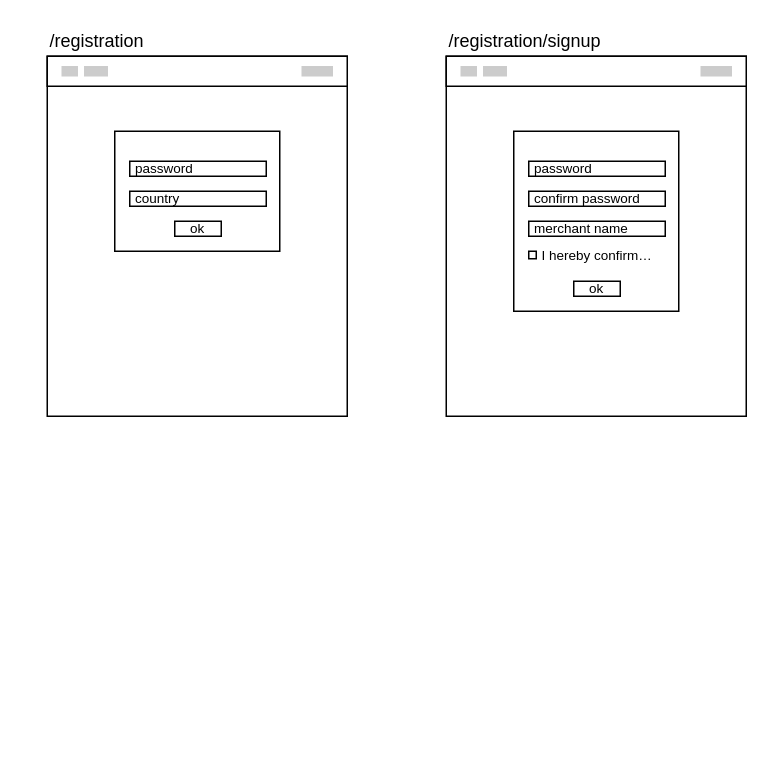
ajile/draw-io keeps this draw.io diagram as auth.drawio. Above is the earlier version. Source tidied: cells renumbered, new cells numbered last; positions are measured from the earlier drawing's top-left corner, leaving out a move shared by most shapes. Both pictures are drawn from the tidied source at 150%, with x=0, y=0 at pixel (46, 26).
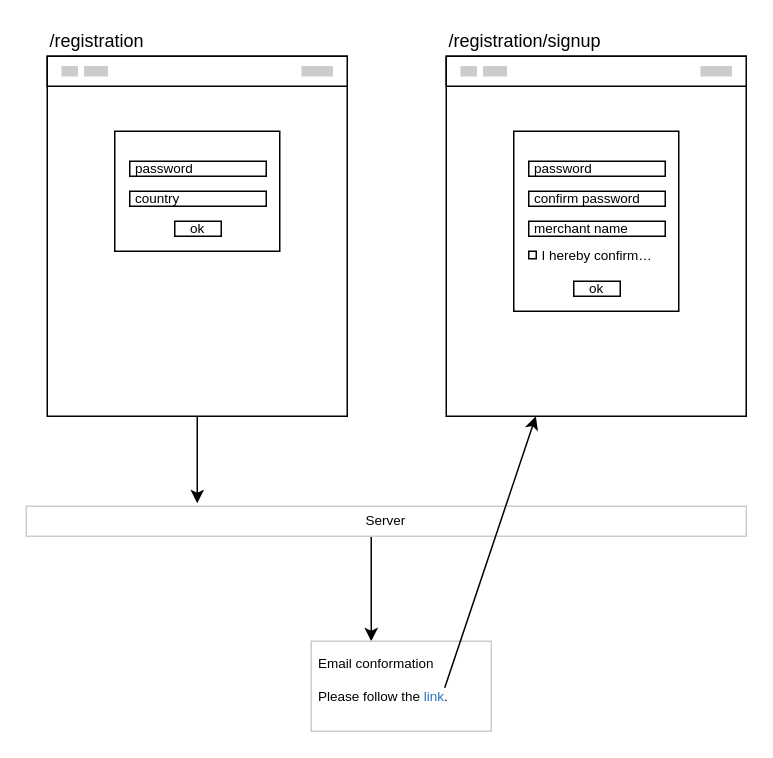
After the change.

The change refers to these unchanged cells:
```xml
<mxCell id="4" style="rounded=0;whiteSpace=wrap;html=1;" parent="3" vertex="1">
  <mxGeometry width="200" height="240" as="geometry" />
</mxCell>
<mxCell id="16" style="rounded=0;whiteSpace=wrap;html=1;" parent="15" vertex="1">
  <mxGeometry width="200" height="240" as="geometry" />
</mxCell>
```

Diff of the diagram source:
```diff
@@
+    <mxCell id="29" style="edgeStyle=elbowEdgeStyle;rounded=0;jettySize=auto;html=1;entryX=0.333;entryY=0;entryDx=0;entryDy=0;entryPerimeter=0;fontSize=9;fontColor=#2671BD;" parent="1" edge="1" source="30" target="32">
+      <mxGeometry relative="1" as="geometry" />
+    </mxCell>
+    <mxCell id="30" value="Server" style="rounded=0;whiteSpace=wrap;html=1;fontSize=9;strokeColor=#CCCCCC;fillColor=#FFFFFF;" parent="1" vertex="1">
+      <mxGeometry x="-14" y="320" width="480" height="20" as="geometry" />
+    </mxCell>
+    <mxCell id="31" style="edgeStyle=elbowEdgeStyle;rounded=0;jettySize=auto;html=1;entryX=0.238;entryY=-0.1;entryDx=0;entryDy=0;entryPerimeter=0;fontSize=9;" parent="1" edge="1" source="4" target="30">
+      <mxGeometry relative="1" as="geometry" />
+    </mxCell>
+    <mxCell id="32" value="Email conformation&lt;br&gt;&lt;br&gt;Please follow the &lt;font color=&quot;#2671bd&quot;&gt;link&lt;/font&gt;." style="rounded=0;whiteSpace=wrap;html=1;fontSize=9;strokeColor=#CCCCCC;fillColor=#FFFFFF;align=left;verticalAlign=top;spacing=5;" parent="1" vertex="1">
+      <mxGeometry x="176" y="410" width="120" height="60" as="geometry" />
+    </mxCell>
+    <mxCell id="33" style="endArrow=classic;html=1;rounded=0;fontSize=9;fontColor=#2671BD;" parent="1" edge="1" target="16">
+      <mxGeometry relative="1" as="geometry">
+        <mxPoint x="265" y="441" as="sourcePoint" />
+      </mxGeometry>
+    </mxCell>
+    <mxCell id="34" style="group;" parent="1" vertex="1">
+      <mxGeometry x="266" width="200" height="260" as="geometry" />
+    </mxCell>
-    <mxCell id="14" style="group;" parent="1" vertex="1">
-      <mxGeometry x="266" width="200" height="260" as="geometry" />
+    <mxCell id="14" style="group;" parent="34" vertex="1">
+      <mxGeometry width="200" height="260" as="geometry" />
     </mxCell>
@@
-    <mxCell id="27" value="merchant name" style="rounded=0;whiteSpace=wrap;html=1;fontSize=9;align=left;spacingLeft=2;" parent="1" vertex="1">
-      <mxGeometry x="321" y="130" width="91" height="10" as="geometry" />
+    <mxCell id="27" value="merchant name" style="rounded=0;whiteSpace=wrap;html=1;fontSize=9;align=left;spacingLeft=2;" parent="34" vertex="1">
+      <mxGeometry x="55" y="130" width="91" height="10" as="geometry" />
     </mxCell>
-    <mxCell id="28" style="rounded=0;whiteSpace=wrap;html=1;fontSize=9;spacing=0;" parent="1" vertex="1">
-      <mxGeometry x="321" y="150" width="5" height="5" as="geometry" />
+    <mxCell id="28" style="rounded=0;whiteSpace=wrap;html=1;fontSize=9;spacing=0;" parent="34" vertex="1">
+      <mxGeometry x="55" y="150" width="5" height="5" as="geometry" />
     </mxCell>
```
